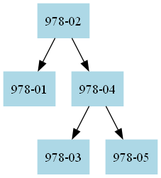
The Graphviz diagram graficos/AVL.png in MadelaynePerez/BibliotecaMagica, before a commit. Its source is kept beside it as graficos/AVL.dot. Source of this version:
```dot
digraph AVL {
  node [shape=box, style=filled, color=lightblue];
  "978-02";
  "978-02" -> "978-01";
  "978-01";
  "978-02" -> "978-04";
  "978-04";
  "978-04" -> "978-03";
  "978-03";
  "978-04" -> "978-05";
  "978-05";
}
```
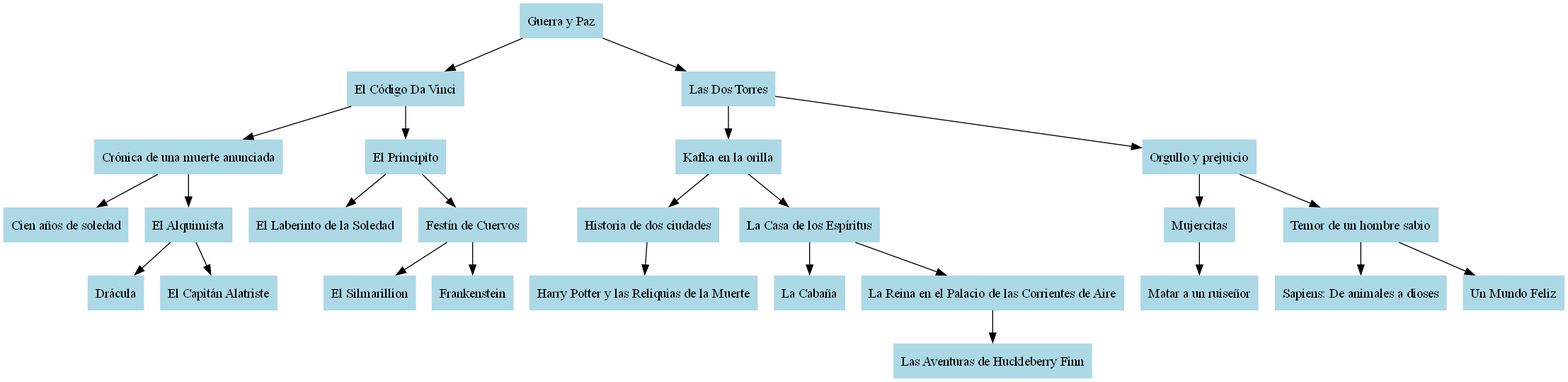
Later version of the same file.

Diff of the diagram source:
```diff
@@ -1,12 +1,54 @@
 digraph AVL {
   node [shape=box, style=filled, color=lightblue];
-  "978-02";
-  "978-02" -> "978-01";
-  "978-01";
-  "978-02" -> "978-04";
-  "978-04";
-  "978-04" -> "978-03";
-  "978-03";
-  "978-04" -> "978-05";
-  "978-05";
+  "Guerra y Paz";
+  "Guerra y Paz" -> "El Código Da Vinci";
+  "El Código Da Vinci";
+  "El Código Da Vinci" -> "Crónica de una muerte anunciada";
+  "Crónica de una muerte anunciada";
+  "Crónica de una muerte anunciada" -> "Cien años de soledad";
+  "Cien años de soledad";
+  "Crónica de una muerte anunciada" -> "El Alquimista";
+  "El Alquimista";
+  "El Alquimista" -> "Drácula";
+  "Drácula";
+  "El Alquimista" -> "El Capitán Alatriste";
+  "El Capitán Alatriste";
+  "El Código Da Vinci" -> "El Principito";
+  "El Principito";
+  "El Principito" -> "El Laberinto de la Soledad";
+  "El Laberinto de la Soledad";
+  "El Principito" -> "Festín de Cuervos";
+  "Festín de Cuervos";
+  "Festín de Cuervos" -> "El Silmarillion";
+  "El Silmarillion";
+  "Festín de Cuervos" -> "Frankenstein";
+  "Frankenstein";
+  "Guerra y Paz" -> "Las Dos Torres";
+  "Las Dos Torres";
+  "Las Dos Torres" -> "Kafka en la orilla";
+  "Kafka en la orilla";
+  "Kafka en la orilla" -> "Historia de dos ciudades";
+  "Historia de dos ciudades";
+  "Historia de dos ciudades" -> "Harry Potter y las Reliquias de la Muerte";
+  "Harry Potter y las Reliquias de la Muerte";
+  "Kafka en la orilla" -> "La Casa de los Espíritus";
+  "La Casa de los Espíritus";
+  "La Casa de los Espíritus" -> "La Cabaña";
+  "La Cabaña";
+  "La Casa de los Espíritus" -> "La Reina en el Palacio de las Corrientes de Aire";
+  "La Reina en el Palacio de las Corrientes de Aire";
+  "La Reina en el Palacio de las Corrientes de Aire" -> "Las Aventuras de Huckleberry Finn";
+  "Las Aventuras de Huckleberry Finn";
+  "Las Dos Torres" -> "Orgullo y prejuicio";
+  "Orgullo y prejuicio";
+  "Orgullo y prejuicio" -> "Mujercitas";
+  "Mujercitas";
+  "Mujercitas" -> "Matar a un ruiseñor";
+  "Matar a un ruiseñor";
+  "Orgullo y prejuicio" -> "Temor de un hombre sabio";
+  "Temor de un hombre sabio";
+  "Temor de un hombre sabio" -> "Sapiens: De animales a dioses";
+  "Sapiens: De animales a dioses";
+  "Temor de un hombre sabio" -> "Un Mundo Feliz";
+  "Un Mundo Feliz";
 }
```
